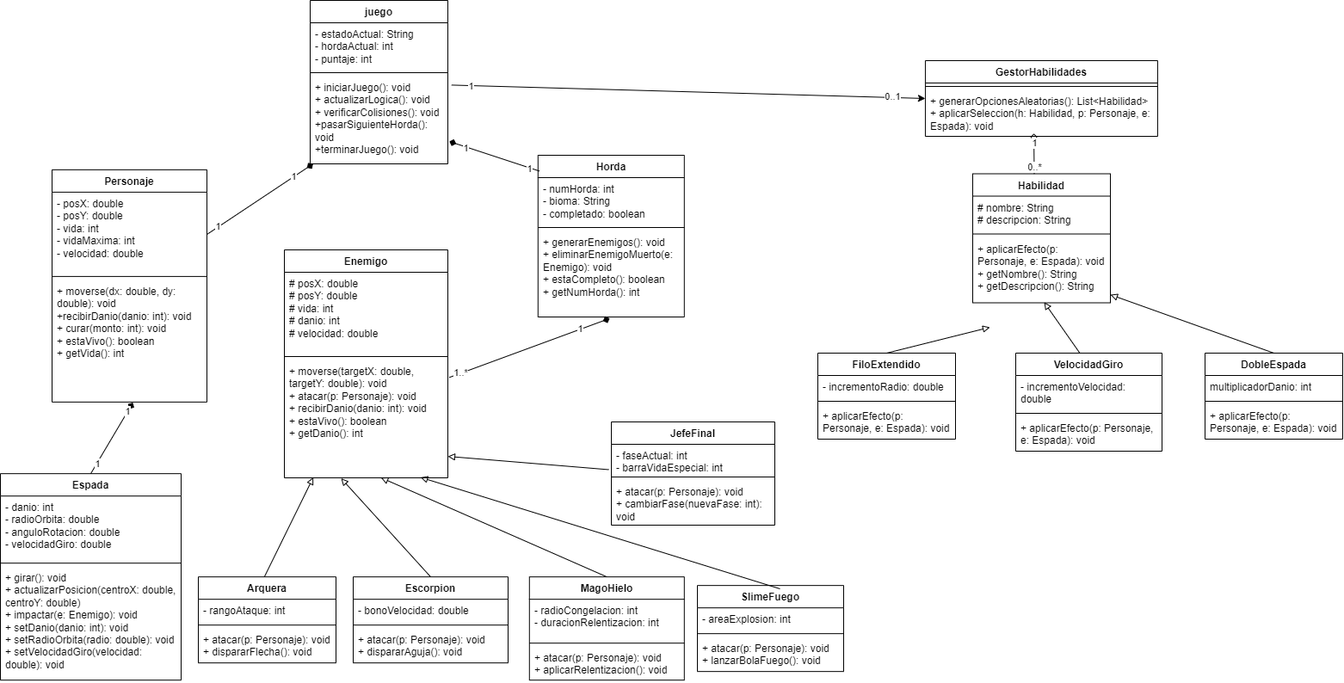
The draw.io diagram EXILIO/docs/EXILIO - UML (POO).drawio.png in AxelStn/POO, before a commit. Source tidied: cells renumbered, new cells last; positions are measured from the earlier drawing's top-left corner, leaving out a move shared by most shapes.
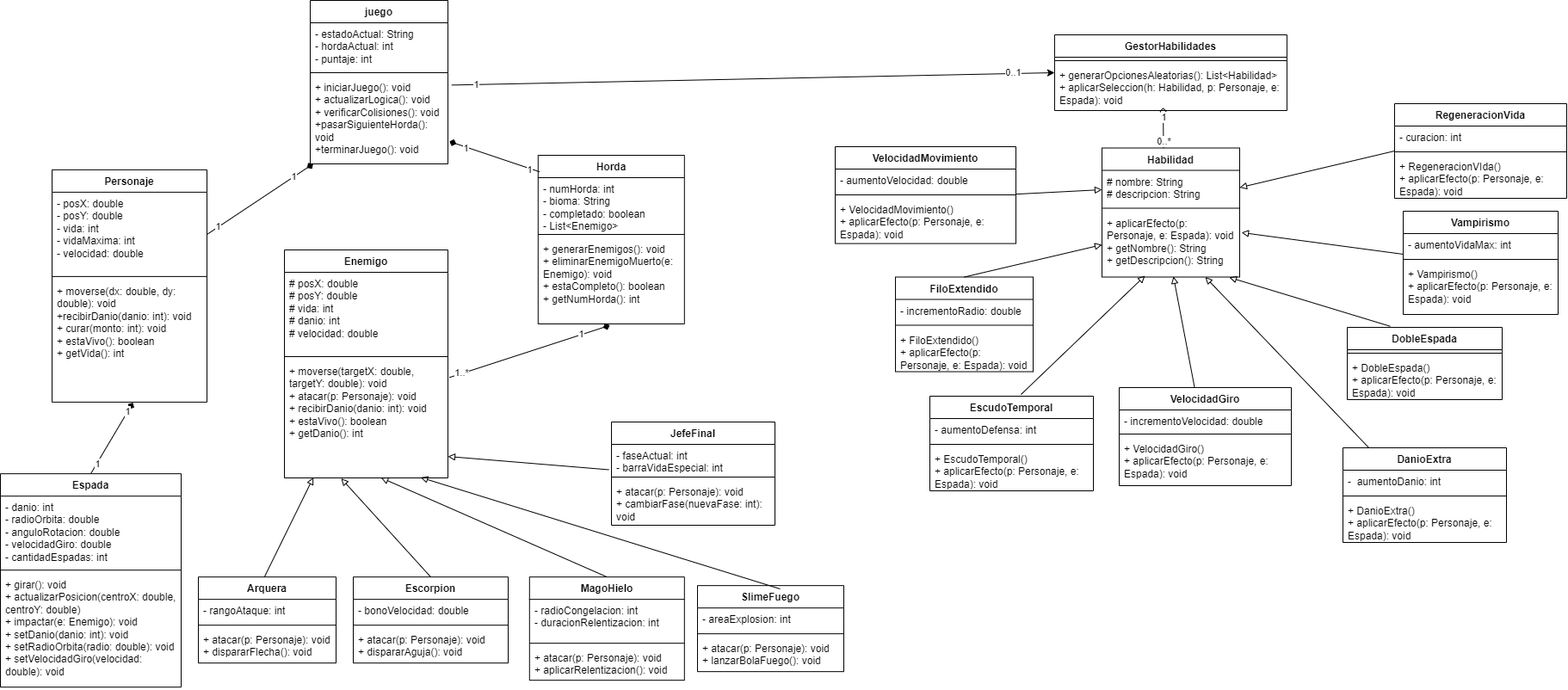
After the commit.

Commit message:
UML (Actualización)

The edit, as a diff of the source:
```diff
@@ -7,3 +7,3 @@
     </mxCell>
-    <mxCell id="3" value="&lt;div&gt;- estadoActual: String&lt;/div&gt;- hordaActual: int&lt;div&gt;- puntaje: int&lt;/div&gt;" style="text;strokeColor=none;fillColor=none;align=left;verticalAlign=top;spacingLeft=4;spacingRight=4;overflow=hidden;whiteSpace=wrap;html=1;" parent="2" vertex="1">
+    <mxCell id="3" value="&lt;div&gt;- estadoActual: String&lt;/div&gt;- hordaActual: int&lt;div&gt;- puntaje: int&lt;/div&gt;&lt;div&gt;&lt;br&gt;&lt;/div&gt;" style="text;strokeColor=none;fillColor=none;align=left;verticalAlign=top;spacingLeft=4;spacingRight=4;overflow=hidden;whiteSpace=wrap;html=1;" parent="2" vertex="1">
       <mxGeometry y="26" width="160" height="54" as="geometry" />
@@ -50,12 +50,12 @@
     <mxCell id="17" value="Espada" style="swimlane;fontStyle=1;align=center;verticalAlign=top;horizontal=1;startSize=26;whiteSpace=wrap;html=1;" parent="1" vertex="1">
-      <mxGeometry y="550.1" width="210" height="240" as="geometry" />
+      <mxGeometry y="550.1" width="210" height="248" as="geometry" />
     </mxCell>
-    <mxCell id="18" value="- danio: int&amp;nbsp;&lt;div&gt;- radioOrbita: double&lt;/div&gt;&lt;div&gt;- anguloRotacion: double&lt;/div&gt;&lt;div&gt;- velocidadGiro: double&lt;/div&gt;" style="text;strokeColor=none;fillColor=none;align=left;verticalAlign=top;spacingLeft=4;spacingRight=4;overflow=hidden;whiteSpace=wrap;html=1;" parent="17" vertex="1">
-      <mxGeometry y="26" width="210" height="74" as="geometry" />
+    <mxCell id="18" value="- danio: int&amp;nbsp;&lt;div&gt;- radioOrbita: double&lt;/div&gt;&lt;div&gt;- anguloRotacion: double&lt;/div&gt;&lt;div&gt;- velocidadGiro: double&lt;/div&gt;&lt;div&gt;- cantidadEspadas: int&lt;/div&gt;" style="text;strokeColor=none;fillColor=none;align=left;verticalAlign=top;spacingLeft=4;spacingRight=4;overflow=hidden;whiteSpace=wrap;html=1;" parent="17" vertex="1">
+      <mxGeometry y="26" width="210" height="82" as="geometry" />
     </mxCell>
     <mxCell id="19" style="line;strokeWidth=1;fillColor=none;align=left;verticalAlign=middle;spacingTop=-1;spacingLeft=3;spacingRight=3;labelPosition=right;strokeColor=inherit;" parent="17" vertex="1">
-      <mxGeometry y="100" width="210" height="8" as="geometry" />
+      <mxGeometry y="108" width="210" height="8" as="geometry" />
     </mxCell>
     <mxCell id="20" value="+ girar(): void&lt;div&gt;+ actualizarPosicion(centroX: double, centroY: double)&lt;/div&gt;&lt;div&gt;+ impactar(e: Enemigo): void&lt;/div&gt;&lt;div&gt;+ setDanio(danio: int): void&lt;/div&gt;&lt;div&gt;+ setRadioOrbita(radio: double): void&lt;/div&gt;&lt;div&gt;+ setVelocidadGiro(velocidad: double): void&lt;/div&gt;" style="text;strokeColor=none;fillColor=none;align=left;verticalAlign=top;spacingLeft=4;spacingRight=4;overflow=hidden;whiteSpace=wrap;html=1;" parent="17" vertex="1">
-      <mxGeometry y="108" width="210" height="132" as="geometry" />
+      <mxGeometry y="116" width="210" height="132" as="geometry" />
     </mxCell>
@@ -80,3 +80,3 @@
     <mxCell id="27" value="Habilidad" style="swimlane;fontStyle=1;align=center;verticalAlign=top;horizontal=1;startSize=26;whiteSpace=wrap;html=1;" parent="1" vertex="1">
-      <mxGeometry x="1130" y="201.5" width="160" height="150" as="geometry" />
+      <mxGeometry x="1280" y="171.5" width="160" height="150" as="geometry" />
     </mxCell>
@@ -92,3 +92,3 @@
     <mxCell id="31" value="FiloExtendido" style="swimlane;fontStyle=1;align=center;verticalAlign=top;horizontal=1;startSize=26;whiteSpace=wrap;html=1;" parent="1" vertex="1">
-      <mxGeometry x="950" y="410" width="160" height="100" as="geometry" />
+      <mxGeometry x="1040" y="321.5" width="160" height="110" as="geometry" />
     </mxCell>
@@ -100,31 +100,28 @@
     </mxCell>
-    <mxCell id="34" value="+ aplicarEfecto(p: Personaje, e: Espada): void" style="text;strokeColor=none;fillColor=none;align=left;verticalAlign=top;spacingLeft=4;spacingRight=4;overflow=hidden;whiteSpace=wrap;html=1;" parent="31" vertex="1">
-      <mxGeometry y="60" width="160" height="40" as="geometry" />
+    <mxCell id="34" value="&lt;div&gt;+&amp;nbsp;&lt;span style=&quot;text-align: center; background-color: transparent; color: light-dark(rgb(0, 0, 0), rgb(255, 255, 255));&quot;&gt;FiloExtendido()&lt;/span&gt;&lt;/div&gt;+ aplicarEfecto(p: Personaje, e: Espada): void" style="text;strokeColor=none;fillColor=none;align=left;verticalAlign=top;spacingLeft=4;spacingRight=4;overflow=hidden;whiteSpace=wrap;html=1;" parent="31" vertex="1">
+      <mxGeometry y="60" width="160" height="50" as="geometry" />
     </mxCell>
     <mxCell id="35" value="VelocidadGiro" style="swimlane;fontStyle=1;align=center;verticalAlign=top;horizontal=1;startSize=26;whiteSpace=wrap;html=1;" parent="1" vertex="1">
-      <mxGeometry x="1180" y="410" width="170" height="114" as="geometry" />
+      <mxGeometry x="1300" y="450" width="200" height="114" as="geometry" />
     </mxCell>
     <mxCell id="36" value="- incrementoVelocidad: double" style="text;strokeColor=none;fillColor=none;align=left;verticalAlign=top;spacingLeft=4;spacingRight=4;overflow=hidden;whiteSpace=wrap;html=1;" parent="35" vertex="1">
-      <mxGeometry y="26" width="170" height="40" as="geometry" />
+      <mxGeometry y="26" width="200" height="24" as="geometry" />
     </mxCell>
     <mxCell id="37" style="line;strokeWidth=1;fillColor=none;align=left;verticalAlign=middle;spacingTop=-1;spacingLeft=3;spacingRight=3;labelPosition=right;strokeColor=inherit;" parent="35" vertex="1">
-      <mxGeometry y="66" width="170" height="8" as="geometry" />
+      <mxGeometry y="50" width="200" height="8" as="geometry" />
     </mxCell>
-    <mxCell id="38" value="+ aplicarEfecto(p: Personaje, e: Espada): void" style="text;strokeColor=none;fillColor=none;align=left;verticalAlign=top;spacingLeft=4;spacingRight=4;overflow=hidden;whiteSpace=wrap;html=1;" parent="35" vertex="1">
-      <mxGeometry y="74" width="170" height="40" as="geometry" />
+    <mxCell id="38" value="&lt;div&gt;&lt;span style=&quot;text-align: center;&quot;&gt;+ VelocidadGiro()&lt;/span&gt;&lt;/div&gt;+ aplicarEfecto(p: Personaje, e: Espada): void" style="text;strokeColor=none;fillColor=none;align=left;verticalAlign=top;spacingLeft=4;spacingRight=4;overflow=hidden;whiteSpace=wrap;html=1;" parent="35" vertex="1">
+      <mxGeometry y="58" width="200" height="56" as="geometry" />
     </mxCell>
     <mxCell id="39" value="DobleEspada" style="swimlane;fontStyle=1;align=center;verticalAlign=top;horizontal=1;startSize=26;whiteSpace=wrap;html=1;" parent="1" vertex="1">
-      <mxGeometry x="1400" y="410" width="160" height="100" as="geometry" />
+      <mxGeometry x="1565" y="380" width="180" height="84" as="geometry" />
     </mxCell>
-    <mxCell id="40" value="multiplicadorDanio: int" style="text;strokeColor=none;fillColor=none;align=left;verticalAlign=top;spacingLeft=4;spacingRight=4;overflow=hidden;whiteSpace=wrap;html=1;" parent="39" vertex="1">
-      <mxGeometry y="26" width="160" height="26" as="geometry" />
-    </mxCell>
     <mxCell id="41" style="line;strokeWidth=1;fillColor=none;align=left;verticalAlign=middle;spacingTop=-1;spacingLeft=3;spacingRight=3;labelPosition=right;strokeColor=inherit;" parent="39" vertex="1">
-      <mxGeometry y="52" width="160" height="8" as="geometry" />
+      <mxGeometry y="26" width="180" height="8" as="geometry" />
     </mxCell>
-    <mxCell id="42" value="+ aplicarEfecto(p: Personaje, e: Espada): void" style="text;strokeColor=none;fillColor=none;align=left;verticalAlign=top;spacingLeft=4;spacingRight=4;overflow=hidden;whiteSpace=wrap;html=1;" parent="39" vertex="1">
-      <mxGeometry y="60" width="160" height="40" as="geometry" />
+    <mxCell id="42" value="&lt;div&gt;&lt;span style=&quot;text-align: center;&quot;&gt;+ DobleEspada()&lt;/span&gt;&lt;/div&gt;+ aplicarEfecto(p: Personaje, e: Espada): void" style="text;strokeColor=none;fillColor=none;align=left;verticalAlign=top;spacingLeft=4;spacingRight=4;overflow=hidden;whiteSpace=wrap;html=1;" parent="39" vertex="1">
+      <mxGeometry y="34" width="180" height="50" as="geometry" />
     </mxCell>
     <mxCell id="43" value="GestorHabilidades" style="swimlane;fontStyle=1;align=center;verticalAlign=top;horizontal=1;startSize=26;whiteSpace=wrap;html=1;" parent="1" vertex="1">
-      <mxGeometry x="1075" y="70" width="270" height="88" as="geometry" />
+      <mxGeometry x="1225" y="40" width="270" height="88" as="geometry" />
     </mxCell>
@@ -136,6 +133,4 @@
     </mxCell>
-    <mxCell id="46" style="html=1;verticalAlign=bottom;startArrow=block;startFill=0;endArrow=none;startSize=6;endSize=8;curved=0;rounded=0;endFill=0;entryX=0.5;entryY=0;entryDx=0;entryDy=0;" parent="1" edge="1" target="31">
-      <mxGeometry relative="1" as="geometry">
-        <mxPoint x="1150" y="380" as="sourcePoint" />
-      </mxGeometry>
+    <mxCell id="46" style="html=1;verticalAlign=bottom;startArrow=block;startFill=0;endArrow=none;startSize=6;endSize=8;curved=0;rounded=0;endFill=0;entryX=0.5;entryY=0;entryDx=0;entryDy=0;exitX=0;exitY=0.75;exitDx=0;exitDy=0;" parent="1" edge="1" source="27" target="31">
+      <mxGeometry relative="1" as="geometry" />
     </mxCell>
@@ -144,3 +139,3 @@
     </mxCell>
-    <mxCell id="48" style="html=1;verticalAlign=bottom;startArrow=block;startFill=0;endArrow=none;startSize=6;endSize=8;curved=0;rounded=0;endFill=0;entryX=0.5;entryY=0;entryDx=0;entryDy=0;" parent="1" edge="1" source="30" target="39">
+    <mxCell id="48" style="html=1;verticalAlign=bottom;startArrow=block;startFill=0;endArrow=none;startSize=6;endSize=8;curved=0;rounded=0;endFill=0;entryX=0.277;entryY=-0.015;entryDx=0;entryDy=0;exitX=0.925;exitY=1.006;exitDx=0;exitDy=0;exitPerimeter=0;entryPerimeter=0;" parent="1" edge="1" source="30" target="39">
       <mxGeometry relative="1" as="geometry" />
@@ -166,12 +161,12 @@
     <mxCell id="55" value="Horda" style="swimlane;fontStyle=1;align=center;verticalAlign=top;horizontal=1;startSize=26;whiteSpace=wrap;html=1;" parent="1" vertex="1">
-      <mxGeometry x="624.8" y="180" width="170" height="188" as="geometry" />
+      <mxGeometry x="624.8" y="180" width="170" height="196" as="geometry" />
     </mxCell>
-    <mxCell id="56" value="- numHorda: int&lt;div&gt;- bioma: String&lt;/div&gt;&lt;div&gt;- completado: boolean&lt;/div&gt;" style="text;strokeColor=none;fillColor=none;align=left;verticalAlign=top;spacingLeft=4;spacingRight=4;overflow=hidden;whiteSpace=wrap;html=1;" parent="55" vertex="1">
-      <mxGeometry y="26" width="170" height="54" as="geometry" />
+    <mxCell id="56" value="- numHorda: int&lt;div&gt;- bioma: String&lt;/div&gt;&lt;div&gt;- completado: boolean&lt;/div&gt;&lt;div&gt;- List&amp;lt;Enemigo&amp;gt;&lt;/div&gt;" style="text;strokeColor=none;fillColor=none;align=left;verticalAlign=top;spacingLeft=4;spacingRight=4;overflow=hidden;whiteSpace=wrap;html=1;" parent="55" vertex="1">
+      <mxGeometry y="26" width="170" height="62" as="geometry" />
     </mxCell>
     <mxCell id="57" style="line;strokeWidth=1;fillColor=none;align=left;verticalAlign=middle;spacingTop=-1;spacingLeft=3;spacingRight=3;labelPosition=right;strokeColor=inherit;" parent="55" vertex="1">
-      <mxGeometry y="80" width="170" height="8" as="geometry" />
+      <mxGeometry y="88" width="170" height="8" as="geometry" />
     </mxCell>
     <mxCell id="58" value="+ generarEnemigos(): void&lt;div&gt;+ eliminarEnemigoMuerto(e: Enemigo): void&lt;/div&gt;&lt;div&gt;+ estaCompleto(): boolean&lt;/div&gt;&lt;div&gt;+ getNumHorda(): int&lt;/div&gt;" style="text;strokeColor=none;fillColor=none;align=left;verticalAlign=top;spacingLeft=4;spacingRight=4;overflow=hidden;points=[[0,0.5],[1,0.5]];portConstraint=eastwest;whiteSpace=wrap;html=1;" parent="55" vertex="1">
-      <mxGeometry y="88" width="170" height="100" as="geometry" />
+      <mxGeometry y="96" width="170" height="100" as="geometry" />
     </mxCell>
@@ -265,2 +260,79 @@
     </mxCell>
+    <mxCell id="87" value="VelocidadMovimiento" style="swimlane;fontStyle=1;align=center;verticalAlign=top;horizontal=1;startSize=26;whiteSpace=wrap;html=1;" parent="1" vertex="1">
+      <mxGeometry x="970" y="170" width="210" height="112.6" as="geometry" />
+    </mxCell>
+    <mxCell id="88" value="&lt;div&gt;&lt;span style=&quot;background-color: transparent; color: light-dark(rgb(0, 0, 0), rgb(255, 255, 255));&quot;&gt;- aumentoVelocidad: double&lt;/span&gt;&lt;/div&gt;" style="text;strokeColor=none;fillColor=none;align=left;verticalAlign=top;spacingLeft=4;spacingRight=4;overflow=hidden;whiteSpace=wrap;html=1;" parent="87" vertex="1">
+      <mxGeometry y="26" width="210" height="26" as="geometry" />
+    </mxCell>
+    <mxCell id="89" style="line;strokeWidth=1;fillColor=none;align=left;verticalAlign=middle;spacingTop=-1;spacingLeft=3;spacingRight=3;labelPosition=right;points=[];portConstraint=eastwest;strokeColor=inherit;" parent="87" vertex="1">
+      <mxGeometry y="52" width="210" height="8" as="geometry" />
+    </mxCell>
+    <mxCell id="90" value="&lt;div&gt;+ VelocidadMovimiento()&lt;/div&gt;&lt;div&gt;+ aplicarEfecto(p: Personaje, e: Espada): void&lt;/div&gt;" style="text;strokeColor=none;fillColor=none;align=left;verticalAlign=top;spacingLeft=4;spacingRight=4;overflow=hidden;whiteSpace=wrap;html=1;" parent="87" vertex="1">
+      <mxGeometry y="60" width="210" height="52.6" as="geometry" />
+    </mxCell>
+    <mxCell id="91" value="Vampirismo" style="swimlane;fontStyle=1;align=center;verticalAlign=top;horizontal=1;startSize=26;whiteSpace=wrap;html=1;" parent="1" vertex="1">
+      <mxGeometry x="1630" y="245" width="180" height="120" as="geometry" />
+    </mxCell>
+    <mxCell id="92" value="- aumentoVidaMax: int" style="text;strokeColor=none;fillColor=none;align=left;verticalAlign=top;spacingLeft=4;spacingRight=4;overflow=hidden;points=[[0,0.5],[1,0.5]];portConstraint=eastwest;whiteSpace=wrap;html=1;" parent="91" vertex="1">
+      <mxGeometry y="26" width="180" height="26" as="geometry" />
+    </mxCell>
+    <mxCell id="93" style="line;strokeWidth=1;fillColor=none;align=left;verticalAlign=middle;spacingTop=-1;spacingLeft=3;spacingRight=3;labelPosition=right;strokeColor=inherit;" parent="91" vertex="1">
+      <mxGeometry y="52" width="180" height="8" as="geometry" />
+    </mxCell>
+    <mxCell id="94" value="&lt;div&gt;+ Vampirismo()&lt;/div&gt;&lt;div&gt;+ aplicarEfecto(p: Personaje, e: Espada): void&lt;/div&gt;" style="text;strokeColor=none;fillColor=none;align=left;verticalAlign=top;spacingLeft=4;spacingRight=4;overflow=hidden;whiteSpace=wrap;html=1;" parent="91" vertex="1">
+      <mxGeometry y="60" width="180" height="60" as="geometry" />
+    </mxCell>
+    <mxCell id="95" value="RegeneracionVida" style="swimlane;fontStyle=1;align=center;verticalAlign=top;horizontal=1;startSize=26;whiteSpace=wrap;html=1;" parent="1" vertex="1">
+      <mxGeometry x="1620" y="120" width="200" height="110" as="geometry" />
+    </mxCell>
+    <mxCell id="96" value="- curacion: int" style="text;strokeColor=none;fillColor=none;align=left;verticalAlign=top;spacingLeft=4;spacingRight=4;overflow=hidden;whiteSpace=wrap;html=1;" parent="95" vertex="1">
+      <mxGeometry y="26" width="200" height="26" as="geometry" />
+    </mxCell>
+    <mxCell id="97" style="line;strokeWidth=1;fillColor=none;align=left;verticalAlign=middle;spacingTop=-1;spacingLeft=3;spacingRight=3;labelPosition=right;strokeColor=inherit;" parent="95" vertex="1">
+      <mxGeometry y="52" width="200" height="8" as="geometry" />
+    </mxCell>
+    <mxCell id="98" value="&lt;div&gt;+ RegeneracionVIda()&lt;/div&gt;&lt;div&gt;+ aplicarEfecto(p: Personaje, e: Espada): void&lt;/div&gt;" style="text;strokeColor=none;fillColor=none;align=left;verticalAlign=top;spacingLeft=4;spacingRight=4;overflow=hidden;whiteSpace=wrap;html=1;" parent="95" vertex="1">
+      <mxGeometry y="60" width="200" height="50" as="geometry" />
+    </mxCell>
+    <mxCell id="99" value="EscudoTemporal" style="swimlane;fontStyle=1;align=center;verticalAlign=top;horizontal=1;startSize=26;whiteSpace=wrap;html=1;" parent="1" vertex="1">
+      <mxGeometry x="1080" y="460" width="190" height="110" as="geometry" />
+    </mxCell>
+    <mxCell id="100" value="- aumentoDefensa: int" style="text;strokeColor=none;fillColor=none;align=left;verticalAlign=top;spacingLeft=4;spacingRight=4;overflow=hidden;whiteSpace=wrap;html=1;" parent="99" vertex="1">
+      <mxGeometry y="26" width="190" height="26" as="geometry" />
+    </mxCell>
+    <mxCell id="101" style="line;strokeWidth=1;fillColor=none;align=left;verticalAlign=middle;spacingTop=-1;spacingLeft=3;spacingRight=3;labelPosition=right;strokeColor=inherit;" parent="99" vertex="1">
+      <mxGeometry y="52" width="190" height="8" as="geometry" />
+    </mxCell>
+    <mxCell id="102" value="+ EscudoTemporal()&lt;div&gt;+ aplicarEfecto(p: Personaje, e: Espada): void&lt;/div&gt;" style="text;strokeColor=none;fillColor=none;align=left;verticalAlign=top;spacingLeft=4;spacingRight=4;overflow=hidden;whiteSpace=wrap;html=1;" parent="99" vertex="1">
+      <mxGeometry y="60" width="190" height="50" as="geometry" />
+    </mxCell>
+    <mxCell id="103" value="DanioExtra" style="swimlane;fontStyle=1;align=center;verticalAlign=top;horizontal=1;startSize=26;whiteSpace=wrap;html=1;" parent="1" vertex="1">
+      <mxGeometry x="1560" y="520" width="190" height="110" as="geometry" />
+    </mxCell>
+    <mxCell id="104" value="-&amp;nbsp; aumentoDanio: int" style="text;strokeColor=none;fillColor=none;align=left;verticalAlign=top;spacingLeft=4;spacingRight=4;overflow=hidden;whiteSpace=wrap;html=1;" parent="103" vertex="1">
+      <mxGeometry y="26" width="190" height="26" as="geometry" />
+    </mxCell>
+    <mxCell id="105" style="line;strokeWidth=1;fillColor=none;align=left;verticalAlign=middle;spacingTop=-1;spacingLeft=3;spacingRight=3;labelPosition=right;strokeColor=inherit;" parent="103" vertex="1">
+      <mxGeometry y="52" width="190" height="8" as="geometry" />
+    </mxCell>
+    <mxCell id="106" value="+ DanioExtra()&lt;div&gt;+ aplicarEfecto(p: Personaje, e: Espada): void&lt;/div&gt;" style="text;strokeColor=none;fillColor=none;align=left;verticalAlign=top;spacingLeft=4;spacingRight=4;overflow=hidden;whiteSpace=wrap;html=1;" parent="103" vertex="1">
+      <mxGeometry y="60" width="190" height="50" as="geometry" />
+    </mxCell>
+    <mxCell id="107" style="html=1;verticalAlign=bottom;startArrow=block;startFill=0;endArrow=none;startSize=6;endSize=8;curved=0;rounded=0;endFill=0;entryX=0;entryY=0.5;entryDx=0;entryDy=0;exitX=1;exitY=0.5;exitDx=0;exitDy=0;" parent="1" edge="1" source="28" target="95">
+      <mxGeometry relative="1" as="geometry" />
+    </mxCell>
+    <mxCell id="108" style="html=1;verticalAlign=bottom;startArrow=block;startFill=0;endArrow=none;startSize=6;endSize=8;curved=0;rounded=0;endFill=0;entryX=0;entryY=0.923;entryDx=0;entryDy=0;exitX=1.013;exitY=0.32;exitDx=0;exitDy=0;exitPerimeter=0;entryPerimeter=0;" parent="1" edge="1" source="30" target="92">
+      <mxGeometry relative="1" as="geometry" />
+    </mxCell>
+    <mxCell id="109" style="html=1;verticalAlign=bottom;startArrow=block;startFill=0;endArrow=none;startSize=6;endSize=8;curved=0;rounded=0;endFill=0;entryX=1.001;entryY=0.398;entryDx=0;entryDy=0;exitX=0;exitY=0.562;exitDx=0;exitDy=0;exitPerimeter=0;entryPerimeter=0;" parent="1" edge="1" source="28" target="89">
+      <mxGeometry relative="1" as="geometry" />
+    </mxCell>
+    <mxCell id="110" style="html=1;verticalAlign=bottom;startArrow=block;startFill=0;endArrow=none;startSize=6;endSize=8;curved=0;rounded=0;endFill=0;entryX=0.557;entryY=-0.017;entryDx=0;entryDy=0;entryPerimeter=0;" parent="1" edge="1" target="99">
+      <mxGeometry relative="1" as="geometry">
+        <mxPoint x="1330" y="320" as="sourcePoint" />
+      </mxGeometry>
+    </mxCell>
+    <mxCell id="111" style="html=1;verticalAlign=bottom;startArrow=block;startFill=0;endArrow=none;startSize=6;endSize=8;curved=0;rounded=0;endFill=0;entryX=0.158;entryY=-0.001;entryDx=0;entryDy=0;exitX=0.75;exitY=1;exitDx=0;exitDy=0;entryPerimeter=0;" parent="1" edge="1" source="27" target="103">
+      <mxGeometry relative="1" as="geometry" />
+    </mxCell>
   </root>
```
